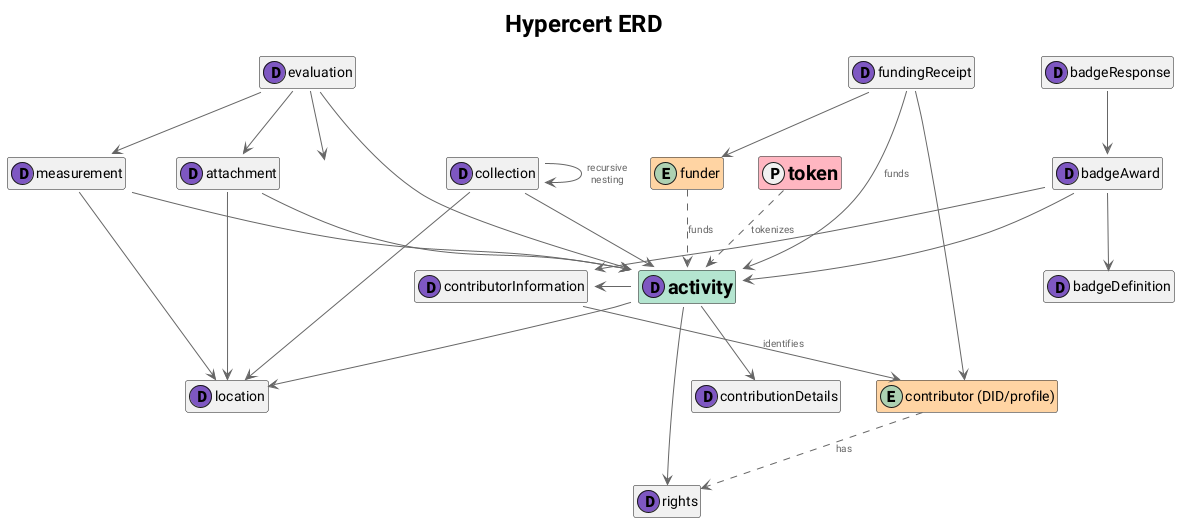
Earlier version of the PlantUML export ERD.png (hypercerts-org/hypercerts-lexicon).
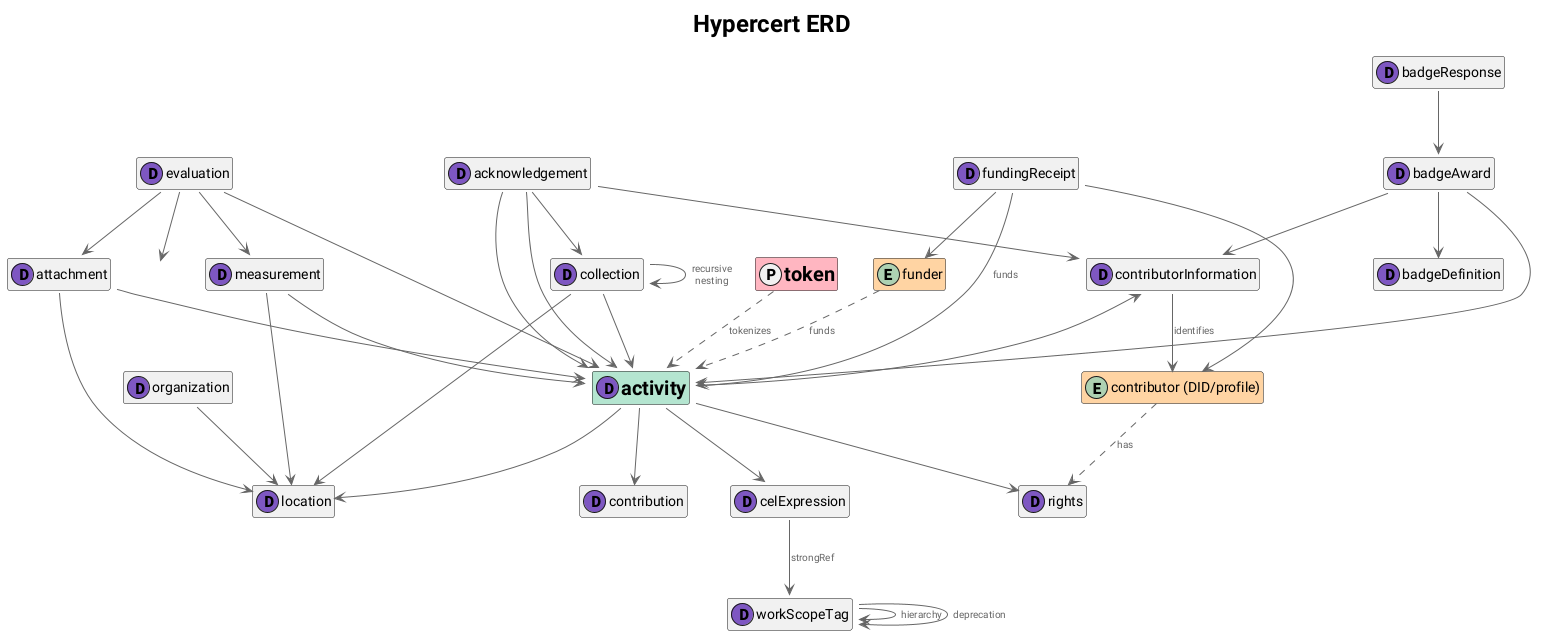
Later version of the same file.

Diff of the diagram source:
```diff
@@ -38,6 +38,16 @@
 }
 </style>
 
+dataclass organization {
+    !if (SHOW_FIELDS == "true")
+    organizationType[]?
+    urls[]?
+    location?
+    foundedDate?
+    createdAt
+    !endif
+}
+
 entity "contributor (DID/profile)" as contributorEntity #FFD4A3 {
     !if (SHOW_FIELDS == "true")
     DID or social profile URI
@@ -75,14 +85,18 @@
 
 dataclass measurement {
     !if (SHOW_FIELDS == "true")
-    subject?
-    measurers[]
+    subjects[]?
+    measurers[]?
     metric
+    unit
     value
+    startDate?
+    endDate?
     methodType?
     methodURI?
     evidenceURI[]?
-    location?
+    locations[]?
+    comment?
     createdAt
     !endif
 }
@@ -109,7 +123,7 @@
     !endif
 }
 
-dataclass contributionDetails {
+dataclass contribution {
     !if (SHOW_FIELDS == "true")
     role?
     contributionDescription?
@@ -160,6 +174,31 @@
     !endif
 }
 
+dataclass celExpression {
+    !if (SHOW_FIELDS == "true")
+    expression
+    usedTags[]
+    version
+    createdAt
+    !endif
+}
+
+dataclass workScopeTag {
+    !if (SHOW_FIELDS == "true")
+    key
+    name
+    category?
+    description?
+    parent?
+    status?
+    supersededBy?
+    aliases[]?
+    sameAs[]?
+    referenceDocument?
+    createdAt
+    !endif
+}
+
 dataclass rights {
     !if (SHOW_FIELDS == "true")
     rightsName
@@ -176,8 +215,18 @@
     title
     shortDescription?
     description? (Leaflet ref)
-    items[]
+    items[]?
     location?
+    createdAt
+    !endif
+}
+
+dataclass acknowledgement {
+    !if (SHOW_FIELDS == "true")
+    subject
+    context?
+    acknowledged
+    comment?
     createdAt
     !endif
 }
@@ -234,12 +283,12 @@
 attachment::subjects --> activity
 attachment::location --> location
 
-measurement::subject --> activity
+measurement::subjects --> activity
 
 !if (SHOW_FIELDS == "true")
 class " " as hiddenLocation2 <<Ghost>>
 hide hiddenLocation2 circle
-measurement::location --> hiddenLocation2
+measurement::locations --> hiddenLocation2
 hiddenLocation2 -[hidden]-> location
 !else
 measurement --> location
@@ -249,12 +298,25 @@
 collection::items --> collection : "recursive\nnesting"
 collection::location --> location
 
+acknowledgement::subject --> activity
+acknowledgement::subject --> contributorInformation
+acknowledgement::context --> collection
+acknowledgement::context --> activity
+
+activity::workScope --> celExpression
 activity::contributors -l--> contributorInformation
-activity::contributors --> contributionDetails
+activity::contributors --> contribution
 activity::rights --> rights
 activity::locations --> location
 
+celExpression::usedTags --> workScopeTag : "strongRef"
+
+workScopeTag::parent --> workScopeTag : "hierarchy"
+workScopeTag::supersededBy --> workScopeTag : "deprecation"
+
 contributorInformation::identifier --> contributorEntity : identifies
+
+organization::location --> location
 
 token ..> activity : tokenizes
 funder ..> activity : funds
```
